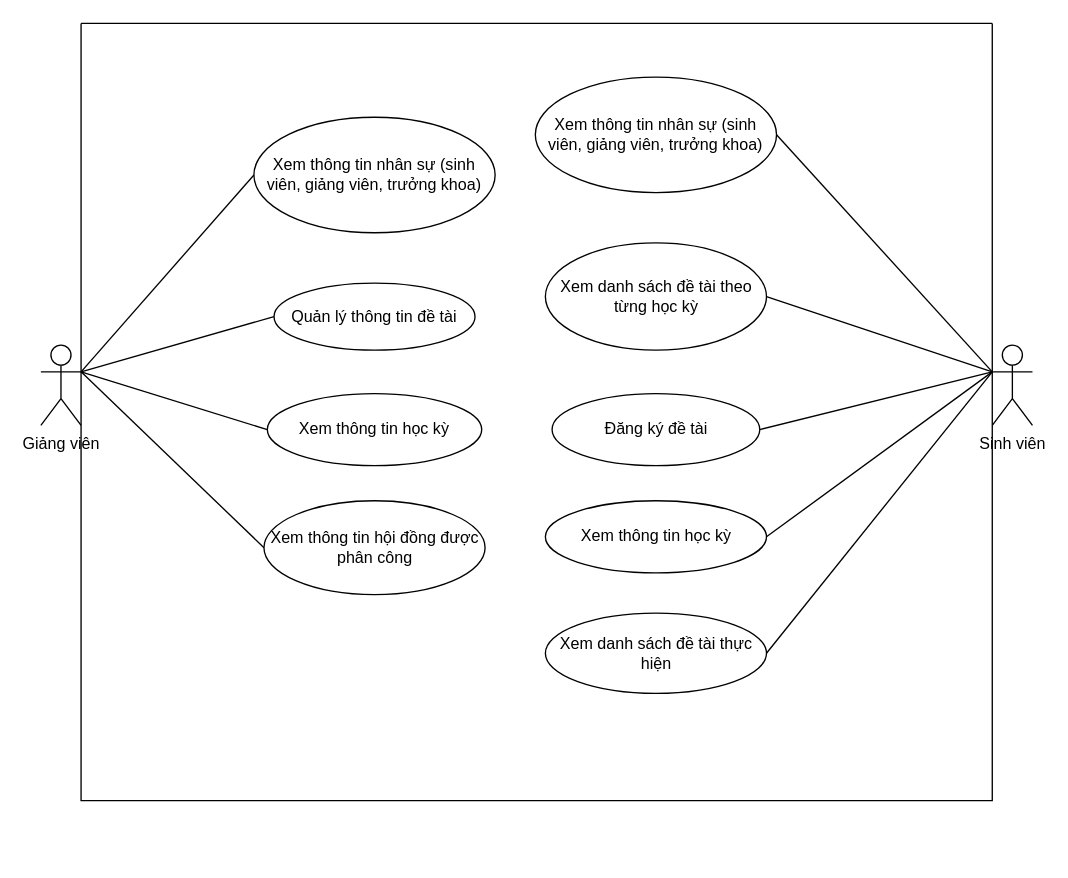
Before: page "Biểu đồ UseCase tổng quan [Giảng viên, sinh viên]" (2 of 6) of report/thesis.drawio in ngdangkiet/thesis-document, a draw.io diagram. Source tidied: cells renumbered, new cells numbered last; positions are measured from the earlier drawing's top-left corner, leaving out a move shared by most shapes. Both pictures are drawn from the tidied source at 134%, with x=0, y=0 at pixel (40, 23).
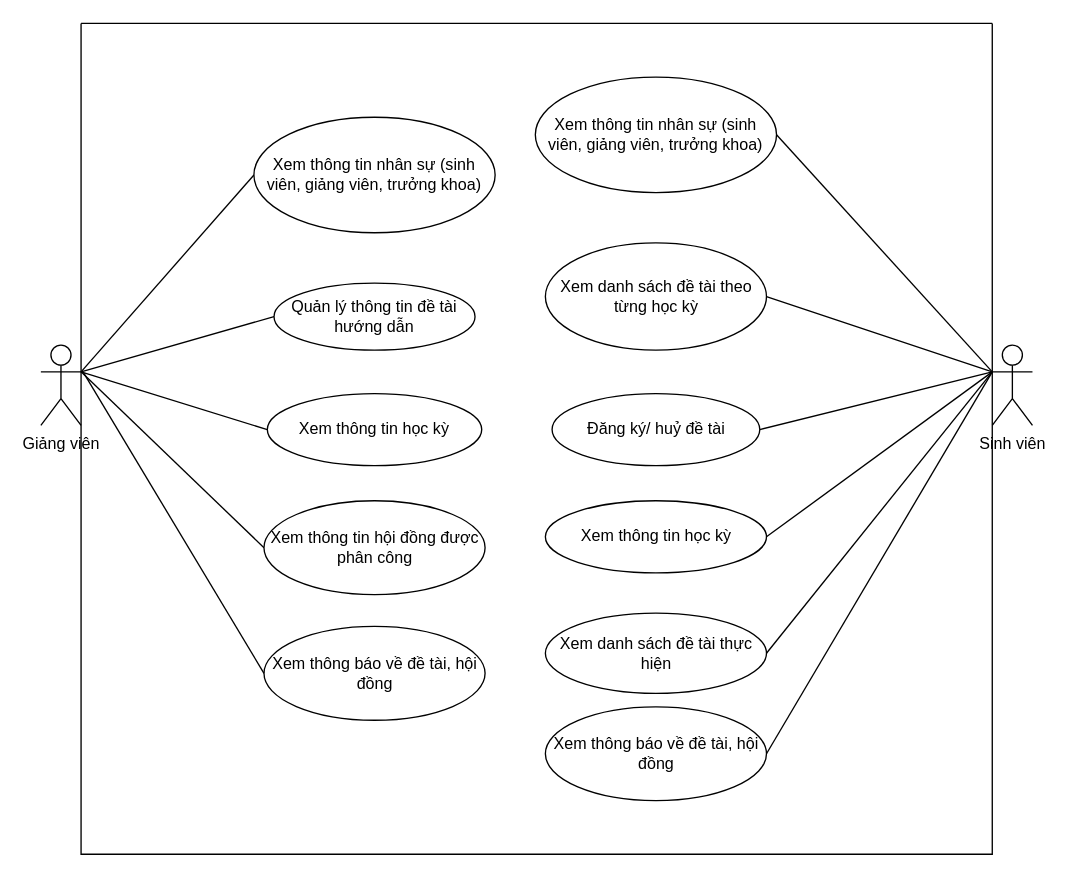
The same page after the edit.

The edit, as a diff of the source:
```diff
@@
     <mxCell id="13" style="swimlane;startSize=0;" parent="1" vertex="1">
-      <mxGeometry x="30" width="680" height="580" as="geometry" />
+      <mxGeometry x="30" width="680" height="620" as="geometry" />
     </mxCell>
-    <mxCell id="14" value="Quản lý thông tin đề tài" style="ellipse;whiteSpace=wrap;html=1;" parent="13" vertex="1">
+    <mxCell id="14" value="Quản lý thông tin đề tài hướng dẫn" style="ellipse;whiteSpace=wrap;html=1;" parent="13" vertex="1">
       <mxGeometry x="144" y="193.8" width="150" height="50" as="geometry" />
     </mxCell>
@@
-    <mxCell id="19" value="Đăng ký đề tài" style="ellipse;whiteSpace=wrap;html=1;" parent="13" vertex="1">
+    <mxCell id="19" value="Đăng ký/ huỷ đề tài" style="ellipse;whiteSpace=wrap;html=1;" parent="13" vertex="1">
       <mxGeometry x="351.5" y="276.2" width="155" height="53.8" as="geometry" />
     </mxCell>
@@
+    <mxCell id="23" value="Xem thông báo về đề tài, hội đồng" style="ellipse;whiteSpace=wrap;html=1;" parent="13" vertex="1">
+      <mxGeometry x="136.5" y="450" width="165" height="70" as="geometry" />
+    </mxCell>
+    <mxCell id="24" value="Xem thông báo về đề tài, hội đồng" style="ellipse;whiteSpace=wrap;html=1;" parent="13" vertex="1">
+      <mxGeometry x="346.5" y="510" width="165" height="70" as="geometry" />
+    </mxCell>
+    <mxCell id="25" style="endArrow=none;html=1;rounded=0;exitX=0.003;exitY=0.421;exitDx=0;exitDy=0;exitPerimeter=0;entryX=0;entryY=0.5;entryDx=0;entryDy=0;" parent="13" edge="1" source="13" target="23">
+      <mxGeometry relative="1" as="geometry" />
+    </mxCell>
+    <mxCell id="26" style="endArrow=none;html=1;rounded=0;exitX=1;exitY=0.5;exitDx=0;exitDy=0;" parent="13" edge="1" source="24">
+      <mxGeometry relative="1" as="geometry">
+        <mxPoint x="680" y="260" as="targetPoint" />
+      </mxGeometry>
+    </mxCell>
```
